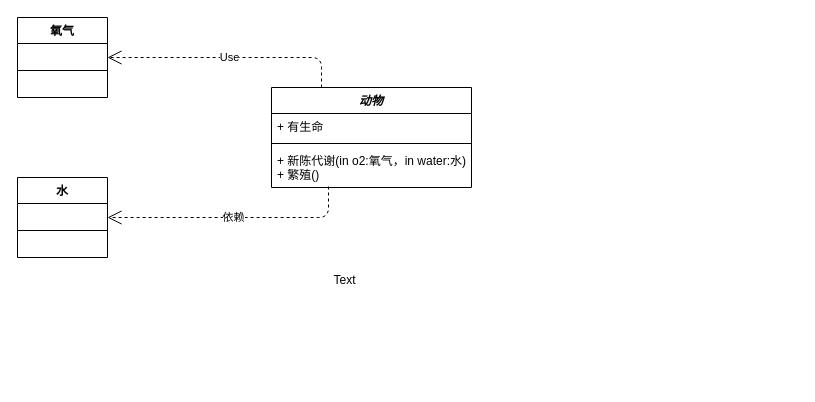
Earlier version of the draw.io diagram UML类图图示样例.drawio (HysenChan/DrawDiagram). Source tidied: cells renumbered, new cells numbered last; positions are measured from the earlier drawing's top-left corner, leaving out a move shared by most shapes. Both pictures are drawn from the tidied source at 100%, with x=0, y=0 at pixel (17, 17).
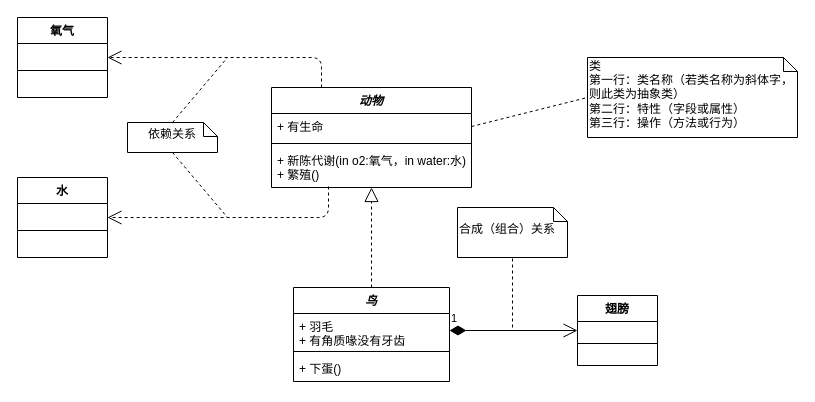
After the change.

Commit message (it also covers changes not shown here):
更新UML类图图示样例.drawio

The change refers to these unchanged cells:
```xml
<mxCell id="2" value="动物" style="swimlane;fontStyle=3;align=center;verticalAlign=top;horizontal=1;startSize=26;" parent="1" vertex="1">
  <mxGeometry x="254" y="70" width="200" height="100" as="geometry" />
</mxCell>
<mxCell id="3" value="+ 有生命" style="text;strokeColor=none;fillColor=none;align=left;verticalAlign=top;spacingLeft=4;spacingRight=4;overflow=hidden;points=[[0,0.5],[1,0.5]];portConstraint=eastwest;" parent="2" vertex="1">
  <mxGeometry y="26" width="200" height="26" as="geometry" />
</mxCell>
<mxCell id="5" value="+ 新陈代谢(in o2:氧气，in water:水)&#10;+ 繁殖()" style="text;strokeColor=none;fillColor=none;align=left;verticalAlign=top;spacingLeft=4;spacingRight=4;overflow=hidden;points=[[0,0.5],[1,0.5]];portConstraint=eastwest;" parent="2" vertex="1">
  <mxGeometry y="60" width="200" height="40" as="geometry" />
</mxCell>
<mxCell id="6" value="氧气" style="swimlane;fontStyle=1;align=center;verticalAlign=top;horizontal=1;startSize=26;" parent="1" vertex="1">
  <mxGeometry width="90" height="80" as="geometry" />
</mxCell>
<mxCell id="9" value="水" style="swimlane;fontStyle=1;align=center;verticalAlign=top;horizontal=1;startSize=26;" parent="1" vertex="1">
  <mxGeometry y="160" width="90" height="80" as="geometry" />
</mxCell>
```

The edit, as a diff of the source:
```diff
@@
-    <mxCell id="8" value="Text" style="text;html=1;align=center;verticalAlign=middle;" parent="1" vertex="1">
-      <mxGeometry x="307" y="253" width="40" height="20" as="geometry" />
-    </mxCell>
@@
-    <mxCell id="11" value="依赖" style="endArrow=open;endSize=12;dashed=1;html=1;exitX=0.285;exitY=0.975;exitDx=0;exitDy=0;exitPerimeter=0;entryX=1;entryY=0.5;entryDx=0;entryDy=0;" parent="1" edge="1" source="5" target="9">
+    <mxCell id="11" style="endArrow=open;endSize=12;dashed=1;html=1;exitX=0.285;exitY=0.975;exitDx=0;exitDy=0;exitPerimeter=0;entryX=1;entryY=0.5;entryDx=0;entryDy=0;" parent="1" edge="1" source="5" target="9">
       <mxGeometry relative="1" as="geometry">
         <Array as="points">
           <mxPoint x="311" y="200" />
         </Array>
       </mxGeometry>
     </mxCell>
-    <mxCell id="12" value="Use" style="endArrow=open;endSize=12;dashed=1;html=1;exitX=0.25;exitY=0;exitDx=0;exitDy=0;entryX=1;entryY=0.5;entryDx=0;entryDy=0;" parent="1" edge="1" source="2" target="6">
+    <mxCell id="12" style="endArrow=open;endSize=12;dashed=1;html=1;exitX=0.25;exitY=0;exitDx=0;exitDy=0;entryX=1;entryY=0.5;entryDx=0;entryDy=0;" parent="1" edge="1" source="2" target="6">
       <mxGeometry relative="1" as="geometry">
         <Array as="points">
           <mxPoint x="304" y="40" />
         </Array>
       </mxGeometry>
     </mxCell>
+    <mxCell id="13" value="依赖关系" style="shape=note;whiteSpace=wrap;html=1;size=14;verticalAlign=middle;align=center;spacingTop=-6;" parent="1" vertex="1">
+      <mxGeometry x="110" y="105" width="90" height="30" as="geometry" />
+    </mxCell>
+    <mxCell id="14" style="endArrow=none;dashed=1;html=1;exitX=0.5;exitY=0;exitDx=0;exitDy=0;exitPerimeter=0;" parent="1" edge="1" source="13">
+      <mxGeometry relative="1" as="geometry">
+        <mxPoint x="210" y="40" as="targetPoint" />
+      </mxGeometry>
+    </mxCell>
+    <mxCell id="15" style="endArrow=none;dashed=1;html=1;exitX=0.5;exitY=1;exitDx=0;exitDy=0;exitPerimeter=0;" parent="1" edge="1" source="13">
+      <mxGeometry relative="1" as="geometry">
+        <mxPoint x="210" y="200" as="targetPoint" />
+      </mxGeometry>
+    </mxCell>
+    <mxCell id="16" value="类&lt;br&gt;第一行：类名称（若类名称为斜体字，则此类为抽象类）&lt;br&gt;第二行：特性（字段或属性）&lt;br&gt;第三行：操作（方法或行为）" style="shape=note;whiteSpace=wrap;html=1;size=14;verticalAlign=middle;align=left;spacingTop=-6;" parent="1" vertex="1">
+      <mxGeometry x="570" y="40" width="210" height="80" as="geometry" />
+    </mxCell>
+    <mxCell id="17" style="endArrow=none;dashed=1;html=1;entryX=0;entryY=0.5;entryDx=0;entryDy=0;entryPerimeter=0;exitX=1;exitY=0.5;exitDx=0;exitDy=0;" parent="1" edge="1" source="3" target="16">
+      <mxGeometry relative="1" as="geometry" />
+    </mxCell>
+    <mxCell id="18" value="鸟" style="swimlane;fontStyle=3;align=center;verticalAlign=top;horizontal=1;startSize=26;" parent="1" vertex="1">
+      <mxGeometry x="276" y="270" width="156" height="94" as="geometry" />
+    </mxCell>
+    <mxCell id="19" value="+ 羽毛&#10;+ 有角质喙没有牙齿" style="text;strokeColor=none;fillColor=none;align=left;verticalAlign=top;spacingLeft=4;spacingRight=4;overflow=hidden;points=[[0,0.5],[1,0.5]];portConstraint=eastwest;" parent="18" vertex="1">
+      <mxGeometry y="26" width="156" height="34" as="geometry" />
+    </mxCell>
+    <mxCell id="20" style="line;strokeWidth=1;fillColor=none;align=left;verticalAlign=middle;spacingTop=-1;spacingLeft=3;spacingRight=3;labelPosition=right;" parent="18" vertex="1">
+      <mxGeometry y="60" width="156" height="8" as="geometry" />
+    </mxCell>
+    <mxCell id="21" value="+ 下蛋()" style="text;strokeColor=none;fillColor=none;align=left;verticalAlign=top;spacingLeft=4;spacingRight=4;overflow=hidden;" parent="18" vertex="1">
+      <mxGeometry y="68" width="156" height="26" as="geometry" />
+    </mxCell>
+    <mxCell id="22" style="endArrow=block;dashed=1;endFill=0;endSize=12;html=1;entryX=0.5;entryY=1;entryDx=0;entryDy=0;entryPerimeter=0;exitX=0.5;exitY=0;exitDx=0;exitDy=0;" parent="1" edge="1" source="18" target="5">
+      <mxGeometry relative="1" as="geometry" />
+    </mxCell>
+    <mxCell id="23" value="翅膀" style="swimlane;fontStyle=1;align=center;verticalAlign=top;horizontal=1;startSize=26;" parent="1" vertex="1">
+      <mxGeometry x="560" y="278" width="80" height="70" as="geometry" />
+    </mxCell>
+    <mxCell id="24" style="line;strokeWidth=1;fillColor=none;align=left;verticalAlign=middle;spacingTop=-1;spacingLeft=3;spacingRight=3;labelPosition=right;" parent="23" vertex="1">
+      <mxGeometry y="26" width="80" height="44" as="geometry" />
+    </mxCell>
+    <mxCell id="25" value="1" style="endArrow=open;html=1;endSize=12;startArrow=diamondThin;startSize=14;startFill=1;edgeStyle=orthogonalEdgeStyle;align=left;verticalAlign=bottom;exitX=1;exitY=0.5;exitDx=0;exitDy=0;entryX=0;entryY=0.5;entryDx=0;entryDy=0;" parent="1" edge="1" source="19" target="23">
+      <mxGeometry x="-1" y="3" relative="1" as="geometry" />
+    </mxCell>
+    <mxCell id="26" value="合成（组合）关系" style="shape=note;whiteSpace=wrap;html=1;size=14;verticalAlign=middle;align=left;spacingTop=-6;" parent="1" vertex="1">
+      <mxGeometry x="440" y="190" width="110" height="50" as="geometry" />
+    </mxCell>
+    <mxCell id="27" style="endArrow=none;dashed=1;html=1;entryX=0.5;entryY=1;entryDx=0;entryDy=0;entryPerimeter=0;" parent="1" edge="1" target="26">
+      <mxGeometry relative="1" as="geometry">
+        <mxPoint x="495" y="310" as="sourcePoint" />
+      </mxGeometry>
+    </mxCell>
```
